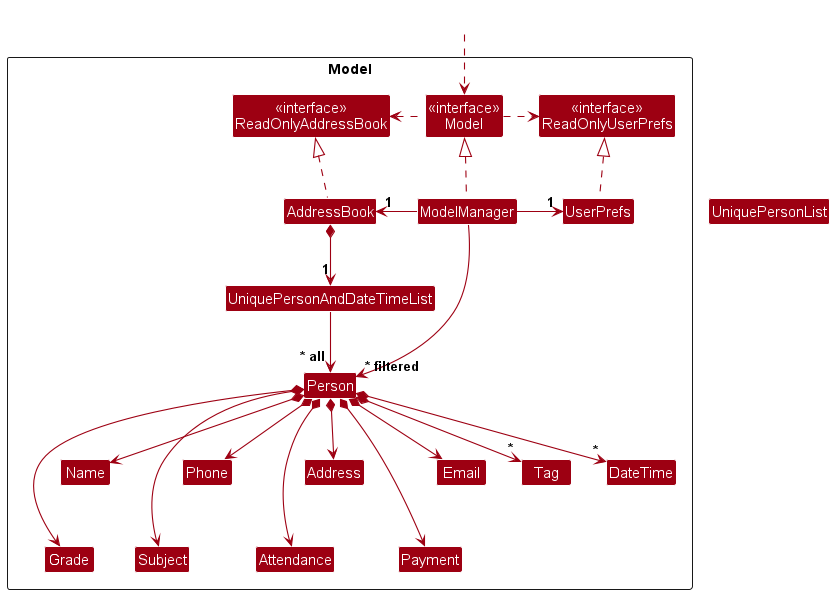
Earlier version of the PlantUML export docs/images/ModelClassDiagram.png (zoebelle-pang/tp).
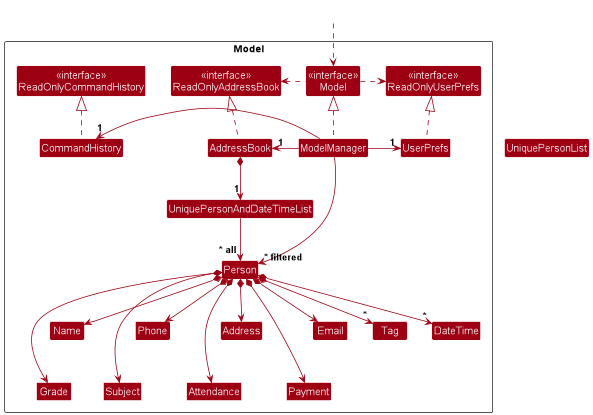
After the change.

Diff of the diagram source:
```diff
@@ -8,6 +8,7 @@
 Class "<<interface>>\nReadOnlyAddressBook" as ReadOnlyAddressBook
 Class "<<interface>>\nReadOnlyUserPrefs" as ReadOnlyUserPrefs
 Class "<<interface>>\nModel" as Model
+Class "<<interface>>\nReadOnlyCommandHistory" as ReadOnlyCommandHistory
 Class AddressBook
 Class ModelManager
 Class UserPrefs
@@ -24,6 +25,7 @@
 Class DateTime
 Class Attendance
 Class Payment
+Class CommandHistory
 
 Class I #FFFFFF
 }
@@ -39,6 +41,8 @@
 ModelManager -left-> "1" AddressBook
 ModelManager -right-> "1" UserPrefs
 UserPrefs .up.|> ReadOnlyUserPrefs
+CommandHistory .up.|> ReadOnlyCommandHistory
+ModelManager -left-> "1" CommandHistory
 
 AddressBook *--> "1" UniquePersonAndDateTimeList
 UniquePersonAndDateTimeList --> "~* all" Person
```
